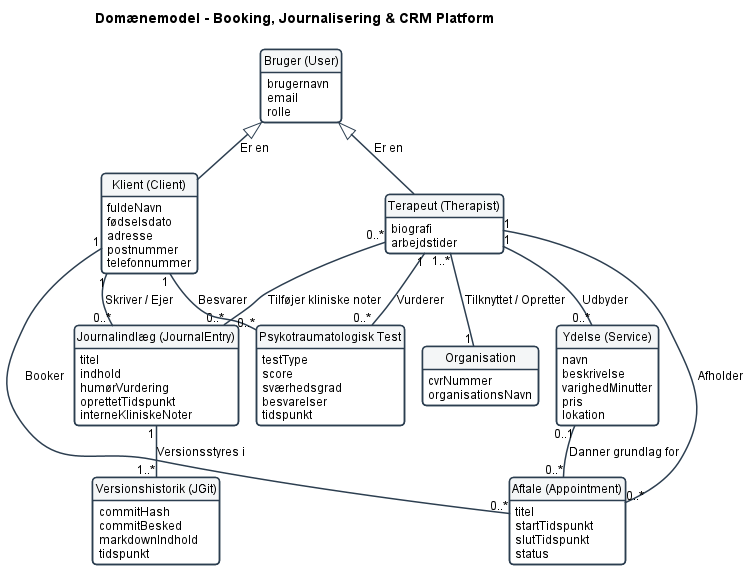
This is infrastructure/diagrams/domain-model.png from 7-3-N-3-7/api, a PlantUML export, as it was before one commit. Source of this version:
```plantuml
@startuml
!pragma layout smetana
skinparam defaultFontName Arial
skinparam defaultFontSize 12
skinparam roundCorner 8
skinparam shadowing false
skinparam ArrowColor #2C3E50
skinparam ArrowThickness 1.5
hide circle
hide methods

skinparam class {
    BackgroundColor #FFFFFF
    BorderColor #2C3E50
    BorderThickness 1.5
    HeaderBackgroundColor #F4F6F7
}

title Domænemodel - Booking, Journalisering & CRM Platform

class "Bruger (User)" as User {
    brugernavn
    email
    rolle
}

class "Klient (Client)" as Client {
    fuldeNavn
    fødselsdato
    adresse
    postnummer
    telefonnummer
}

class "Terapeut (Therapist)" as Therapist {
    biografi
    arbejdstider
}

class "Organisation" as Organisation {
    cvrNummer
    organisationsNavn
}

class "Ydelse (Service)" as Service {
    navn
    beskrivelse
    varighedMinutter
    pris
    lokation
}

class "Aftale (Appointment)" as Appointment {
    titel
    startTidspunkt
    slutTidspunkt
    status
}

class "Journalindlæg (JournalEntry)" as JournalEntry {
    titel
    indhold
    humørVurdering
    oprettetTidspunkt
    interneKliniskeNoter
}

class "Versionshistorik (JGit)" as GitHistory {
    commitHash
    commitBesked
    markdownIndhold
    tidspunkt
}

class "Psykotraumatologisk Test" as PsychoTest {
    testType
    score
    sværhedsgrad
    besvarelser
    tidspunkt
}

User <|-- Client : "Er en"
User <|-- Therapist : "Er en"

Therapist "1..*" -- "1" Organisation : "Tilknyttet / Opretter"
Therapist "1" -- "0..*" Service : "Udbyder"
Client "1" -- "0..*" Appointment : "Booker"
Therapist "1" -- "0..*" Appointment : "Afholder"
Service "0..1" -- "0..*" Appointment : "Danner grundlag for"

Client "1" -- "0..*" JournalEntry : "Skriver / Ejer"
Therapist "0..*" -- "0..*" JournalEntry : "Tilføjer kliniske noter"
JournalEntry "1" -- "1..*" GitHistory : "Versionsstyres i"

Client "1" -- "0..*" PsychoTest : "Besvarer"
Therapist "1" -- "0..*" PsychoTest : "Vurderer"

@enduml
```
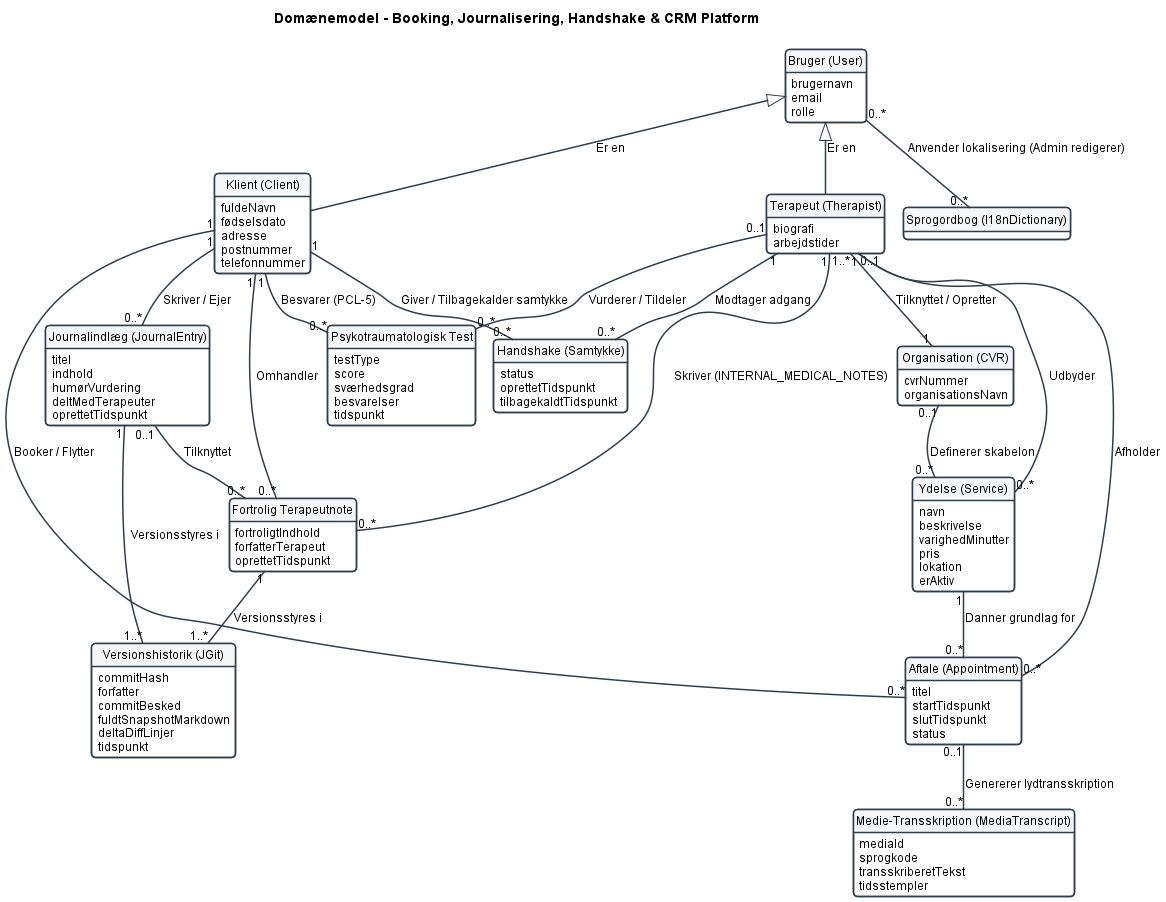
Later version of the same file.

What changed in the source:
```diff
@@ -16,7 +16,7 @@
     HeaderBackgroundColor #F4F6F7
 }
 
-title Domænemodel - Booking, Journalisering & CRM Platform
+title Domænemodel - Booking, Journalisering, Handshake & CRM Platform
 
 class "Bruger (User)" as User {
     brugernavn
@@ -37,9 +37,15 @@
     arbejdstider
 }
 
-class "Organisation" as Organisation {
+class "Organisation (CVR)" as Organisation {
     cvrNummer
     organisationsNavn
+}
+
+class "Handshake (Samtykke)" as Handshake {
+    status
+    oprettetTidspunkt
+    tilbagekaldtTidspunkt
 }
 
 class "Ydelse (Service)" as Service {
@@ -48,6 +54,7 @@
     varighedMinutter
     pris
     lokation
+    erAktiv
 }
 
 class "Aftale (Appointment)" as Appointment {
@@ -61,14 +68,22 @@
     titel
     indhold
     humørVurdering
+    deltMedTerapeuter
     oprettetTidspunkt
-    interneKliniskeNoter
+}
+
+class "Fortrolig Terapeutnote" as ClinicalNote {
+    fortroligtIndhold
+    forfatterTerapeut
+    oprettetTidspunkt
 }
 
 class "Versionshistorik (JGit)" as GitHistory {
     commitHash
+    forfatter
     commitBesked
-    markdownIndhold
+    fuldtSnapshotMarkdown
+    deltaDiffLinjer
     tidspunkt
 }
 
@@ -80,20 +95,42 @@
     tidspunkt
 }
 
+class "Sprogordbog (I18nDictionary)" as I18nDict {
+    sprogkode (da, en, de, es, fr)
+    oversættelser (nøgle -> tekst)
+}
+
+class "Medie-Transskription (MediaTranscript)" as MediaTranscript {
+    mediaId
+    sprogkode
+    transskriberetTekst
+    tidsstempler
+}
+
 User <|-- Client : "Er en"
 User <|-- Therapist : "Er en"
 
 Therapist "1..*" -- "1" Organisation : "Tilknyttet / Opretter"
-Therapist "1" -- "0..*" Service : "Udbyder"
-Client "1" -- "0..*" Appointment : "Booker"
+Organisation "0..1" -- "0..*" Service : "Definerer skabelon"
+Therapist "0..1" -- "0..*" Service : "Udbyder"
+
+Client "1" -- "0..*" Handshake : "Giver / Tilbagekalder samtykke"
+Therapist "1" -- "0..*" Handshake : "Modtager adgang"
+
+Client "1" -- "0..*" Appointment : "Booker / Flytter"
 Therapist "1" -- "0..*" Appointment : "Afholder"
-Service "0..1" -- "0..*" Appointment : "Danner grundlag for"
+Service "1" -- "0..*" Appointment : "Danner grundlag for"
 
 Client "1" -- "0..*" JournalEntry : "Skriver / Ejer"
-Therapist "0..*" -- "0..*" JournalEntry : "Tilføjer kliniske noter"
+Therapist "1" -- "0..*" ClinicalNote : "Skriver (INTERNAL_MEDICAL_NOTES)"
+Client "1" -- "0..*" ClinicalNote : "Omhandler"
+JournalEntry "0..1" -- "0..*" ClinicalNote : "Tilknyttet"
 JournalEntry "1" -- "1..*" GitHistory : "Versionsstyres i"
+ClinicalNote "1" -- "1..*" GitHistory : "Versionsstyres i"
 
-Client "1" -- "0..*" PsychoTest : "Besvarer"
-Therapist "1" -- "0..*" PsychoTest : "Vurderer"
+Client "1" -- "0..*" PsychoTest : "Besvarer (PCL-5)"
+Therapist "0..1" -- "0..*" PsychoTest : "Vurderer / Tildeler"
+Appointment "0..1" -- "0..*" MediaTranscript : "Genererer lydtransskription"
+User "0..*" -- "0..*" I18nDict : "Anvender lokalisering (Admin redigerer)"
 
 @enduml
```
